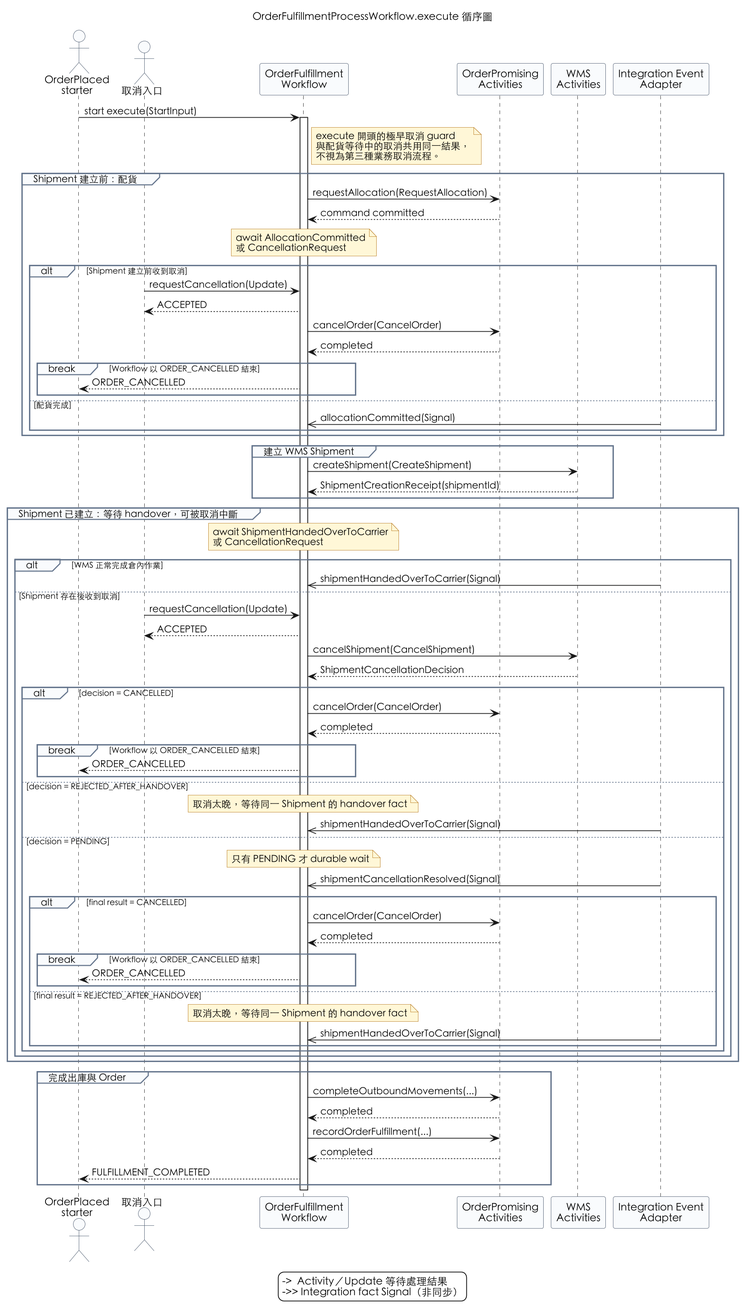
Above: docs/order-fulfillment-process-execute-sequence.png in zhjiangexe/order-allocation-arch-demo (PlantUML), before the change. Its diagram source:
```plantuml
@startuml
title OrderFulfillmentProcessWorkflow.execute 循序圖

skinparam defaultFontName "Heiti TC"
skinparam dpi 150
skinparam shadowing false
skinparam backgroundColor white
skinparam sequenceArrowThickness 1
skinparam sequenceGroupBorderColor #64748B
skinparam sequenceGroupBackgroundColor #F8FAFC
skinparam ParticipantBorderColor #475569
skinparam ParticipantBackgroundColor #F8FAFC
skinparam ActorBorderColor #475569
skinparam ActorBackgroundColor #F8FAFC
skinparam NoteBorderColor #B7791F
skinparam NoteBackgroundColor #FFF7D6

actor "OrderPlaced\nstarter" as Starter
actor "取消入口" as CancelClient
participant "OrderFulfillment\nWorkflow" as WF
participant "OrderPromising\nActivities" as OP
participant "WMS\nActivities" as WMS
participant "Integration Event\nAdapter" as EventAdapter

Starter -> WF: start execute(StartInput)
activate WF
note right of WF
  execute 開頭的極早取消 guard
  與配貨等待中的取消共用同一結果，
  不視為第三種業務取消流程。
end note

group Shipment 建立前：配貨
  WF -> OP: requestAllocation(RequestAllocation)
  OP --> WF: command committed
  note over WF: await AllocationCommitted\n或 CancellationRequest

  alt Shipment 建立前收到取消
    CancelClient -> WF: requestCancellation(Update)
    WF --> CancelClient: ACCEPTED
    WF -> OP: cancelOrder(CancelOrder)
    OP --> WF: completed
    break Workflow 以 ORDER_CANCELLED 結束
      WF --> Starter: ORDER_CANCELLED
    end
  else 配貨完成
    EventAdapter ->> WF: allocationCommitted(Signal)
  end
end

group 建立 WMS Shipment
  WF -> WMS: createShipment(CreateShipment)
  WMS --> WF: ShipmentCreationReceipt(shipmentId)
end

group Shipment 已建立：等待 handover，可被取消中斷
  note over WF: await ShipmentHandedOverToCarrier\n或 CancellationRequest

  alt WMS 正常完成倉內作業
    EventAdapter ->> WF: shipmentHandedOverToCarrier(Signal)
  else Shipment 存在後收到取消
    CancelClient -> WF: requestCancellation(Update)
    WF --> CancelClient: ACCEPTED
    WF -> WMS: cancelShipment(CancelShipment)
    WMS --> WF: ShipmentCancellationDecision

    alt decision = CANCELLED
      WF -> OP: cancelOrder(CancelOrder)
      OP --> WF: completed
      break Workflow 以 ORDER_CANCELLED 結束
        WF --> Starter: ORDER_CANCELLED
      end
    else decision = REJECTED_AFTER_HANDOVER
      note over WF: 取消太晚，等待同一 Shipment 的 handover fact
      EventAdapter ->> WF: shipmentHandedOverToCarrier(Signal)
    else decision = PENDING
      note over WF: 只有 PENDING 才 durable wait
      EventAdapter ->> WF: shipmentCancellationResolved(Signal)
      alt final result = CANCELLED
        WF -> OP: cancelOrder(CancelOrder)
        OP --> WF: completed
        break Workflow 以 ORDER_CANCELLED 結束
          WF --> Starter: ORDER_CANCELLED
        end
      else final result = REJECTED_AFTER_HANDOVER
        note over WF: 取消太晚，等待同一 Shipment 的 handover fact
        EventAdapter ->> WF: shipmentHandedOverToCarrier(Signal)
      end
    end
  end
end

group 完成出庫與 Order
  WF -> OP: completeOutboundMovements(...)
  OP --> WF: completed
  WF -> OP: recordOrderFulfillment(...)
  OP --> WF: completed
  WF --> Starter: FULFILLMENT_COMPLETED
end

deactivate WF

legend bottom
  ->  Activity／Update 等待處理結果
  ->> Integration fact Signal（非同步）
endlegend
@enduml
```
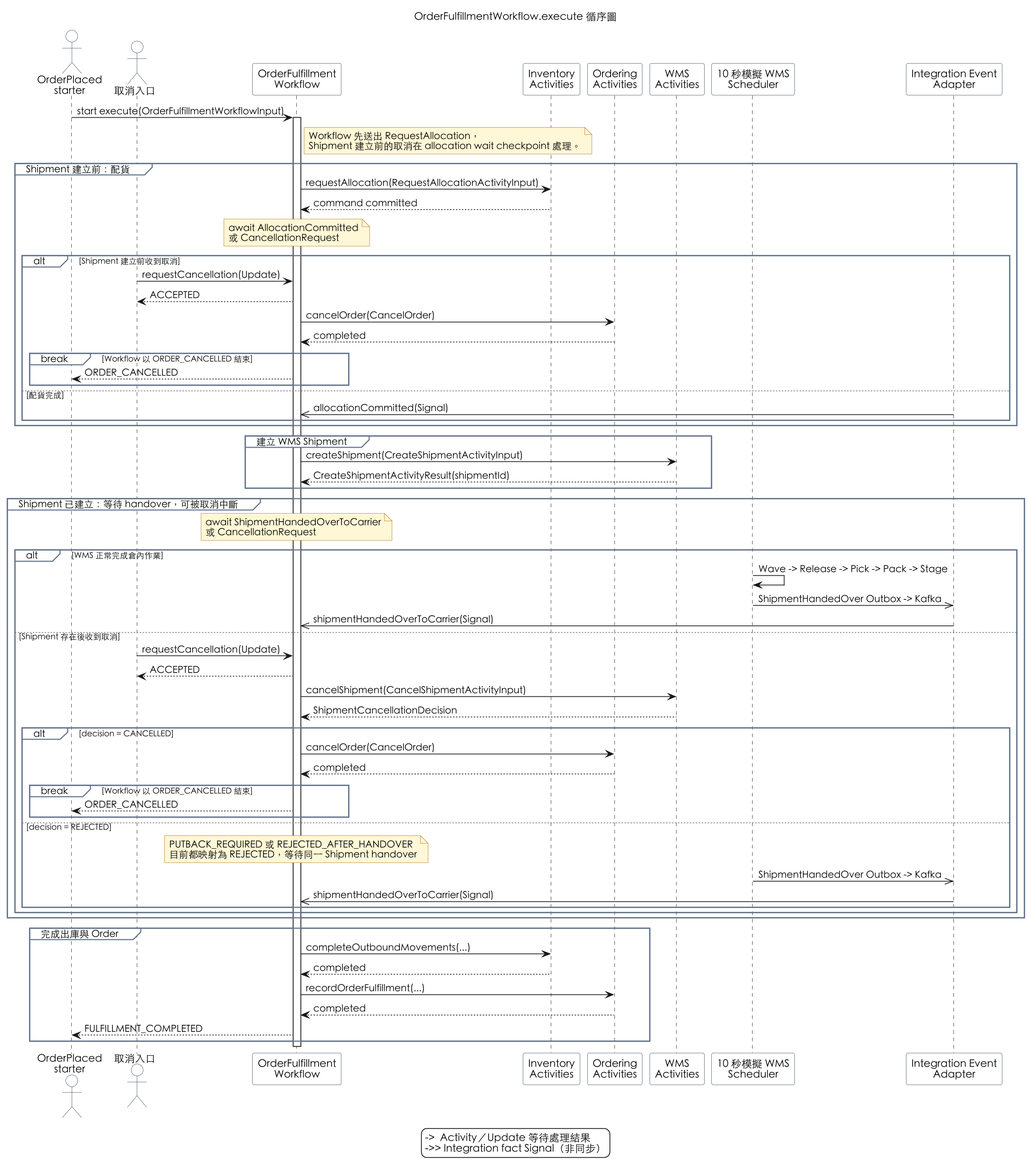
After the commit.

Change to the diagram source:
```diff
@@ -1,5 +1,5 @@
 @startuml
-title OrderFulfillmentProcessWorkflow.execute 循序圖
+title OrderFulfillmentWorkflow.execute 循序圖
 
 skinparam defaultFontName "Heiti TC"
 skinparam dpi 150
@@ -18,28 +18,29 @@
 actor "OrderPlaced\nstarter" as Starter
 actor "取消入口" as CancelClient
 participant "OrderFulfillment\nWorkflow" as WF
-participant "OrderPromising\nActivities" as OP
+participant "Inventory\nActivities" as INV
+participant "Ordering\nActivities" as ORD
 participant "WMS\nActivities" as WMS
+participant "10 秒模擬 WMS\nScheduler" as SimWms
 participant "Integration Event\nAdapter" as EventAdapter
 
-Starter -> WF: start execute(StartInput)
+Starter -> WF: start execute(OrderFulfillmentWorkflowInput)
 activate WF
 note right of WF
-  execute 開頭的極早取消 guard
-  與配貨等待中的取消共用同一結果，
-  不視為第三種業務取消流程。
+  Workflow 先送出 RequestAllocation，
+  Shipment 建立前的取消在 allocation wait checkpoint 處理。
 end note
 
 group Shipment 建立前：配貨
-  WF -> OP: requestAllocation(RequestAllocation)
-  OP --> WF: command committed
+  WF -> INV: requestAllocation(RequestAllocationActivityInput)
+  INV --> WF: command committed
   note over WF: await AllocationCommitted\n或 CancellationRequest
 
   alt Shipment 建立前收到取消
     CancelClient -> WF: requestCancellation(Update)
     WF --> CancelClient: ACCEPTED
-    WF -> OP: cancelOrder(CancelOrder)
-    OP --> WF: completed
+    WF -> ORD: cancelOrder(CancelOrder)
+    ORD --> WF: completed
     break Workflow 以 ORDER_CANCELLED 結束
       WF --> Starter: ORDER_CANCELLED
     end
@@ -49,52 +50,45 @@
 end
 
 group 建立 WMS Shipment
-  WF -> WMS: createShipment(CreateShipment)
-  WMS --> WF: ShipmentCreationReceipt(shipmentId)
+  WF -> WMS: createShipment(CreateShipmentActivityInput)
+  WMS --> WF: CreateShipmentActivityResult(shipmentId)
 end
 
 group Shipment 已建立：等待 handover，可被取消中斷
   note over WF: await ShipmentHandedOverToCarrier\n或 CancellationRequest
 
   alt WMS 正常完成倉內作業
+    SimWms -> SimWms: Wave -> Release -> Pick -> Pack -> Stage
+    SimWms ->> EventAdapter: ShipmentHandedOver Outbox -> Kafka
     EventAdapter ->> WF: shipmentHandedOverToCarrier(Signal)
   else Shipment 存在後收到取消
     CancelClient -> WF: requestCancellation(Update)
     WF --> CancelClient: ACCEPTED
-    WF -> WMS: cancelShipment(CancelShipment)
+    WF -> WMS: cancelShipment(CancelShipmentActivityInput)
     WMS --> WF: ShipmentCancellationDecision
 
     alt decision = CANCELLED
-      WF -> OP: cancelOrder(CancelOrder)
-      OP --> WF: completed
+      WF -> ORD: cancelOrder(CancelOrder)
+      ORD --> WF: completed
       break Workflow 以 ORDER_CANCELLED 結束
         WF --> Starter: ORDER_CANCELLED
       end
-    else decision = REJECTED_AFTER_HANDOVER
-      note over WF: 取消太晚，等待同一 Shipment 的 handover fact
+    else decision = REJECTED
+      note over WF
+        PUTBACK_REQUIRED 或 REJECTED_AFTER_HANDOVER
+        目前都映射為 REJECTED，等待同一 Shipment handover
+      end note
+      SimWms ->> EventAdapter: ShipmentHandedOver Outbox -> Kafka
       EventAdapter ->> WF: shipmentHandedOverToCarrier(Signal)
-    else decision = PENDING
-      note over WF: 只有 PENDING 才 durable wait
-      EventAdapter ->> WF: shipmentCancellationResolved(Signal)
-      alt final result = CANCELLED
-        WF -> OP: cancelOrder(CancelOrder)
-        OP --> WF: completed
-        break Workflow 以 ORDER_CANCELLED 結束
-          WF --> Starter: ORDER_CANCELLED
-        end
-      else final result = REJECTED_AFTER_HANDOVER
-        note over WF: 取消太晚，等待同一 Shipment 的 handover fact
-        EventAdapter ->> WF: shipmentHandedOverToCarrier(Signal)
-      end
     end
   end
 end
 
 group 完成出庫與 Order
-  WF -> OP: completeOutboundMovements(...)
-  OP --> WF: completed
-  WF -> OP: recordOrderFulfillment(...)
-  OP --> WF: completed
+  WF -> INV: completeOutboundMovements(...)
+  INV --> WF: completed
+  WF -> ORD: recordOrderFulfillment(...)
+  ORD --> WF: completed
   WF --> Starter: FULFILLMENT_COMPLETED
 end
 
```
